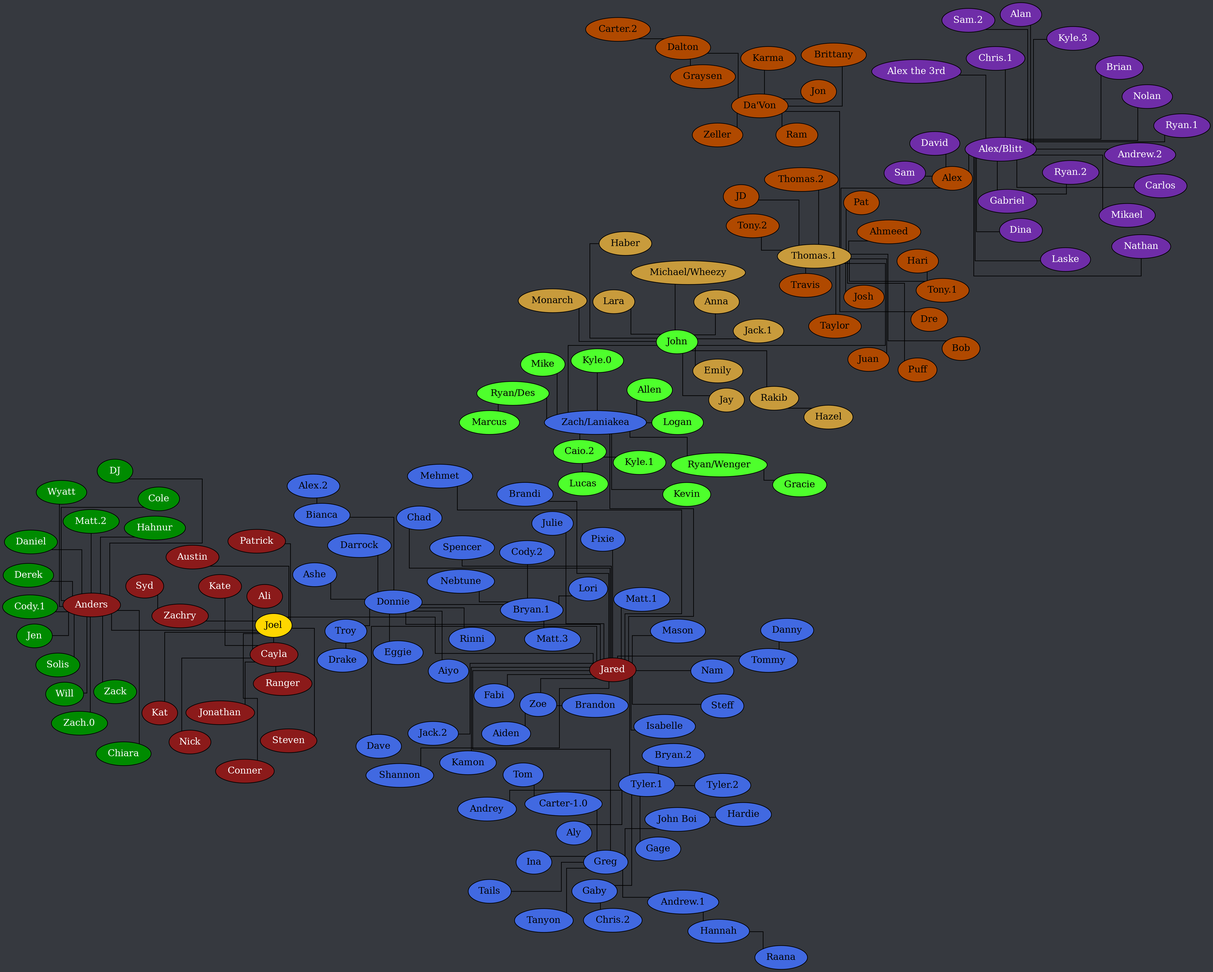
Earlier version of the Graphviz export tree.png (Documidas/CoronaCatzFamilyTree). Its source is kept beside it as tree.dot.
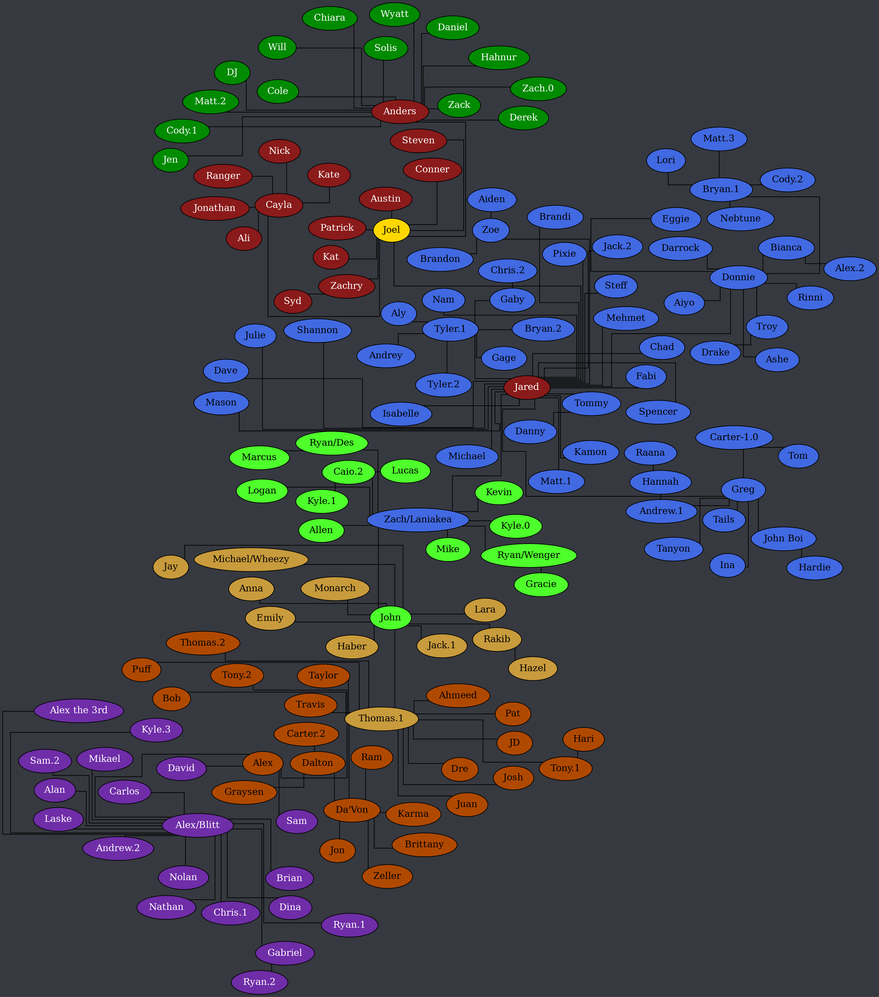
The same file after the commit.

The edit, as a diff of the source:
```diff
@@ -90,6 +90,7 @@
 		Jared -- Mason;
 		Jared -- "Matt.1";
 		Jared -- Mehmet;
+		Jared -- Michael;
 		Jared -- Nam;
 		Jared -- Pixie;
 		Jared -- Shannon;
```
